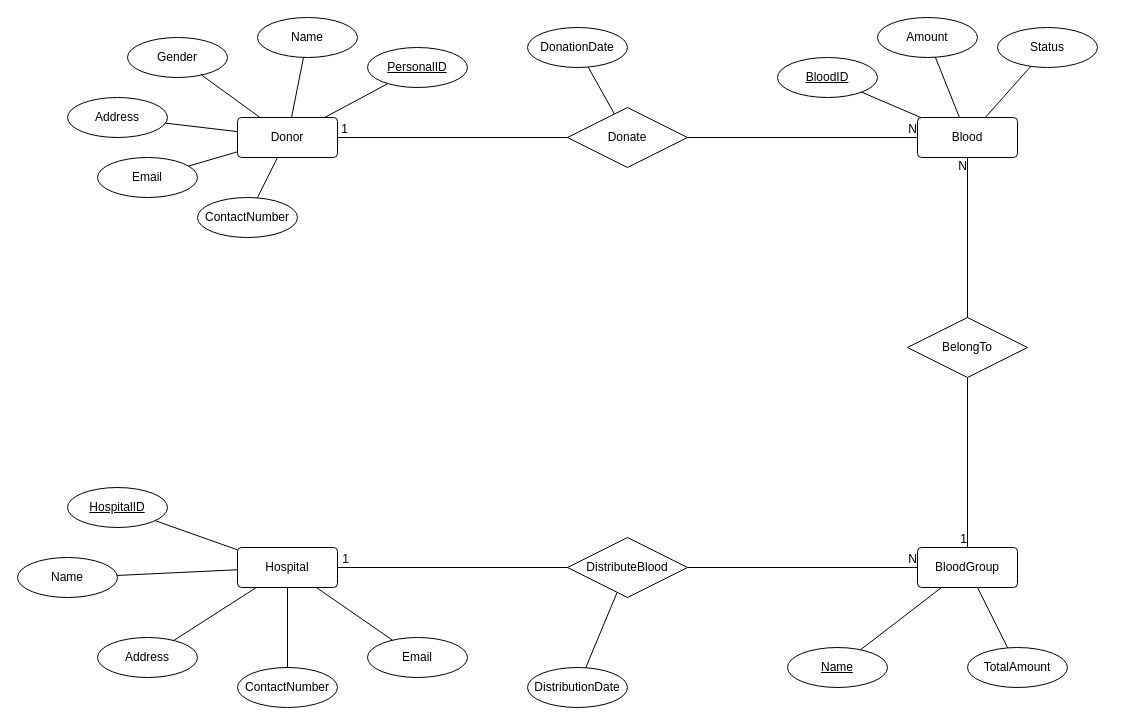
This is Project.drawio from phucnguyen111/DatabaseProject-BloodManagement, a draw.io file, before an edit. Source tidied: cells renumbered, new cells numbered last; positions are measured from the earlier drawing's top-left corner, leaving out a move shared by most shapes. Both pictures are drawn from the tidied source at 100%, with x=0, y=0 at pixel (17, 17).
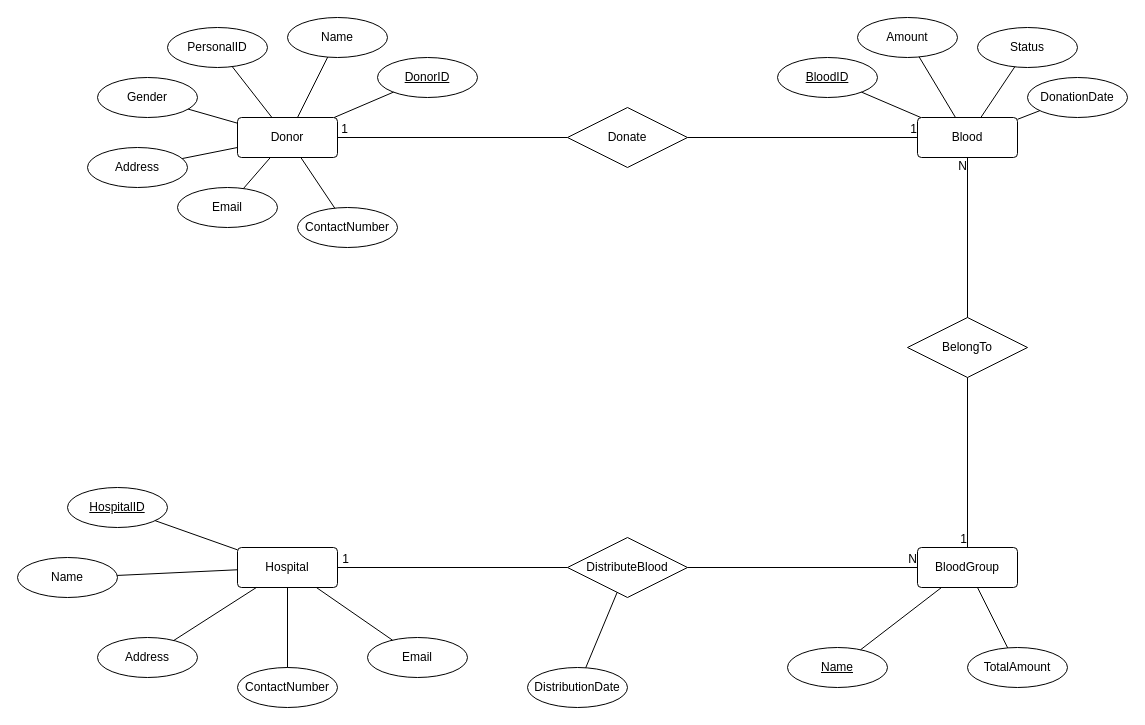
The same diagram, later.

Unchanged cells that the change refers to:
```xml
<mxCell id="2" value="Donor" style="rounded=1;arcSize=10;whiteSpace=wrap;html=1;align=center;" parent="1" vertex="1">
  <mxGeometry x="220" y="100" width="100" height="40" as="geometry" />
</mxCell>
<mxCell id="13" value="Blood" style="rounded=1;arcSize=10;whiteSpace=wrap;html=1;align=center;" parent="1" vertex="1">
  <mxGeometry x="900" y="100" width="100" height="40" as="geometry" />
</mxCell>
<mxCell id="18" value="Donate" style="shape=rhombus;perimeter=rhombusPerimeter;whiteSpace=wrap;html=1;align=center;" parent="1" vertex="1">
  <mxGeometry x="550" y="90" width="120" height="60" as="geometry" />
</mxCell>
<mxCell id="21" style="endArrow=none;html=1;rounded=0;" parent="1" edge="1" source="18" target="13">
  <mxGeometry relative="1" as="geometry" />
</mxCell>
```

What changed in the source:
```diff
@@
     <mxCell id="3" value="Name" style="ellipse;whiteSpace=wrap;html=1;align=center;" parent="1" vertex="1">
-      <mxGeometry x="240" width="100" height="40" as="geometry" />
+      <mxGeometry x="270" width="100" height="40" as="geometry" />
     </mxCell>
-    <mxCell id="4" value="PersonalID" style="ellipse;whiteSpace=wrap;html=1;align=center;fontStyle=4;" parent="1" vertex="1">
-      <mxGeometry x="350" y="30" width="100" height="40" as="geometry" />
+    <mxCell id="4" value="PersonalID" style="ellipse;whiteSpace=wrap;html=1;align=center;fontStyle=0;" parent="1" vertex="1">
+      <mxGeometry x="150" y="10" width="100" height="40" as="geometry" />
     </mxCell>
     <mxCell id="5" value="Address" style="ellipse;whiteSpace=wrap;html=1;align=center;" parent="1" vertex="1">
-      <mxGeometry x="50" y="80" width="100" height="40" as="geometry" />
+      <mxGeometry x="70" y="130" width="100" height="40" as="geometry" />
     </mxCell>
     <mxCell id="6" value="ContactNumber" style="ellipse;whiteSpace=wrap;html=1;align=center;" parent="1" vertex="1">
-      <mxGeometry x="180" y="180" width="100" height="40" as="geometry" />
+      <mxGeometry x="280" y="190" width="100" height="40" as="geometry" />
     </mxCell>
     <mxCell id="7" value="Email" style="ellipse;whiteSpace=wrap;html=1;align=center;" parent="1" vertex="1">
-      <mxGeometry x="80" y="140" width="100" height="40" as="geometry" />
+      <mxGeometry x="160" y="170" width="100" height="40" as="geometry" />
     </mxCell>
@@
     <mxCell id="14" value="Amount" style="ellipse;whiteSpace=wrap;html=1;align=center;" parent="1" vertex="1">
-      <mxGeometry x="860" width="100" height="40" as="geometry" />
+      <mxGeometry x="840" width="100" height="40" as="geometry" />
     </mxCell>
     <mxCell id="15" value="Status" style="ellipse;whiteSpace=wrap;html=1;align=center;" parent="1" vertex="1">
-      <mxGeometry x="980" y="10" width="100" height="40" as="geometry" />
+      <mxGeometry x="960" y="10" width="100" height="40" as="geometry" />
     </mxCell>
@@
-    <mxCell id="22" value="N" style="html=1;align=right;verticalAlign=bottom;" parent="21" vertex="1">
+    <mxCell id="22" value="1" style="html=1;align=right;verticalAlign=bottom;" parent="21" vertex="1">
       <mxGeometry x="1" relative="1" as="geometry" />
     </mxCell>
@@
     <mxCell id="28" value="DonationDate" style="ellipse;whiteSpace=wrap;html=1;align=center;" parent="1" vertex="1">
-      <mxGeometry x="510" y="10" width="100" height="40" as="geometry" />
+      <mxGeometry x="1010" y="60" width="100" height="40" as="geometry" />
     </mxCell>
-    <mxCell id="29" style="endArrow=none;html=1;rounded=0;" parent="1" edge="1" source="28" target="18">
+    <mxCell id="29" style="endArrow=none;html=1;rounded=0;" parent="1" edge="1" source="28" target="13">
       <mxGeometry relative="1" as="geometry" />
     </mxCell>
@@
     <mxCell id="48" value="Gender" style="ellipse;whiteSpace=wrap;html=1;align=center;" parent="1" vertex="1">
-      <mxGeometry x="110" y="20" width="100" height="40" as="geometry" />
+      <mxGeometry x="80" y="60" width="100" height="40" as="geometry" />
     </mxCell>
@@
+    <mxCell id="57" value="DonorID" style="ellipse;whiteSpace=wrap;html=1;align=center;fontStyle=4;" parent="1" vertex="1">
+      <mxGeometry x="360" y="40" width="100" height="40" as="geometry" />
+    </mxCell>
+    <mxCell id="58" style="endArrow=none;html=1;rounded=0;" parent="1" edge="1" source="57" target="2">
+      <mxGeometry relative="1" as="geometry" />
+    </mxCell>
```
